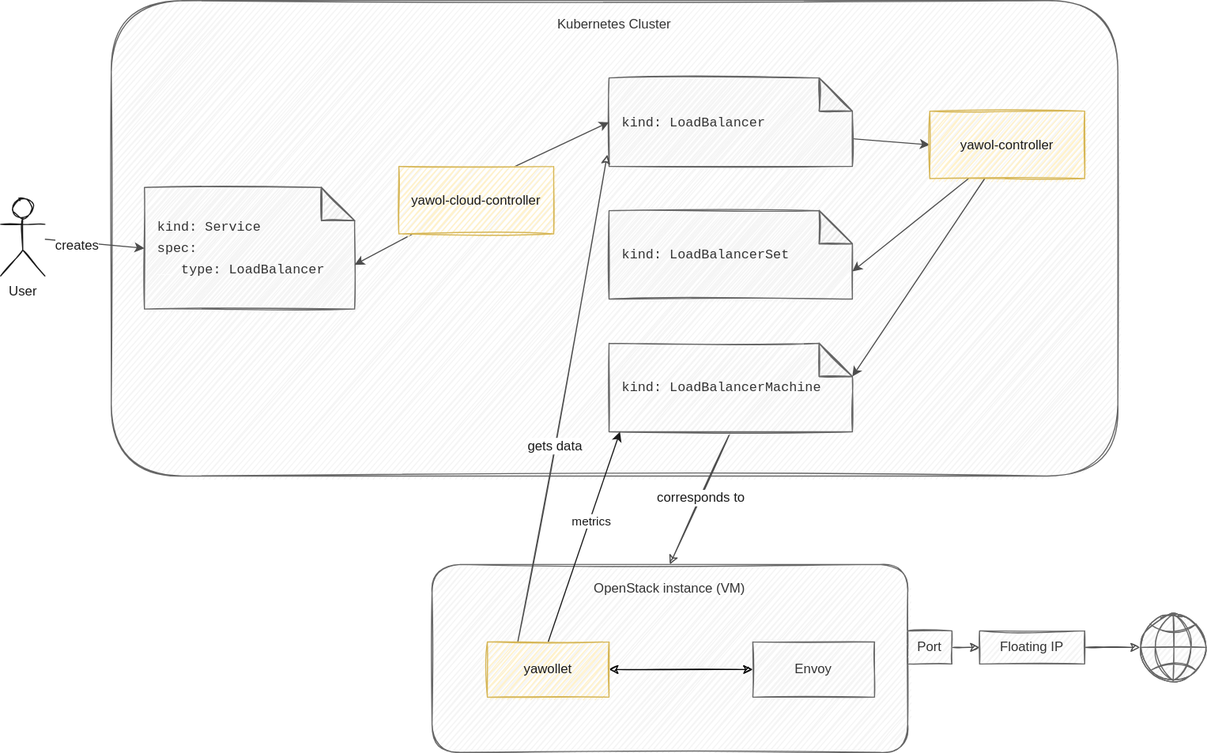
This is docs/overview.drawio.svg from stackitcloud/yawol, a draw.io export, as it was before one commit. Source tidied: cells renumbered, new cells last; positions are measured from the earlier drawing's top-left corner, leaving out a move shared by most shapes.
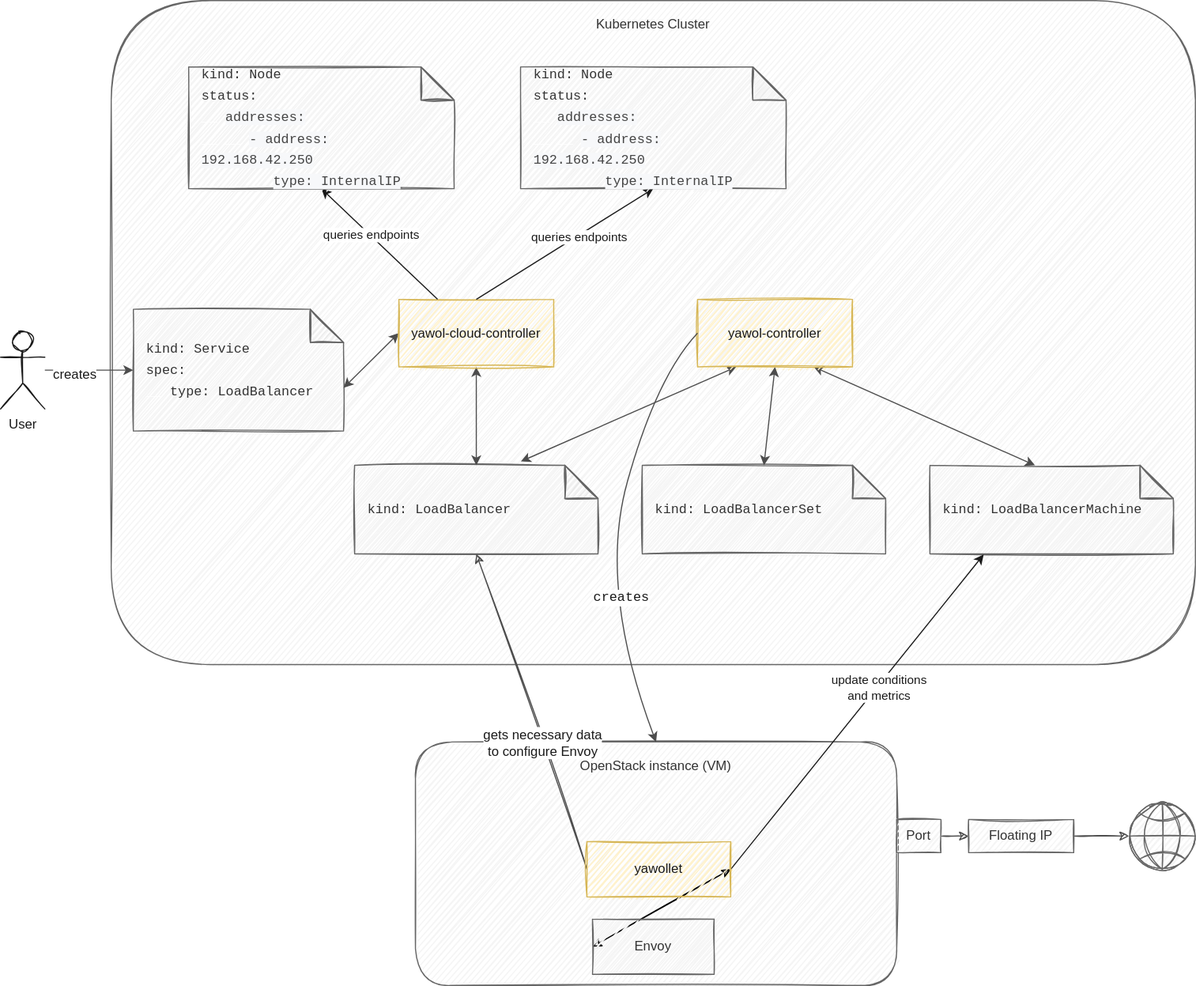
Above is the later version.

Change to the diagram source:
```diff
@@ -3,10 +3,10 @@
     <mxCell id="0" />
     <mxCell id="1" parent="0" />
     <mxCell id="2" value="Kubernetes Cluster" style="rounded=1;whiteSpace=wrap;html=1;align=center;sketch=1;verticalAlign=top;spacing=10;fontColor=#333333;fillColor=#f5f5f5;strokeColor=#666666;" parent="1" vertex="1">
-      <mxGeometry x="100" width="910" height="430" as="geometry" />
+      <mxGeometry x="60" y="-170" width="980" height="600" as="geometry" />
     </mxCell>
     <mxCell id="3" value="&lt;font style=&quot;font-size: 12px&quot;&gt;kind: Service&lt;br&gt;spec:&lt;br&gt;&lt;font color=&quot;#ffffff&quot;&gt;__&lt;/font&gt;type: LoadBalancer&lt;/font&gt;" style="shape=note;whiteSpace=wrap;html=1;backgroundOutline=1;darkOpacity=0.05;sketch=1;size=30;align=left;spacing=12;fontSize=16;fontFamily=Courier New;fontColor=#333333;fillColor=#f5f5f5;strokeColor=#666666;" parent="1" vertex="1">
-      <mxGeometry x="130" y="169" width="190" height="110" as="geometry" />
+      <mxGeometry x="80" y="109" width="190" height="110" as="geometry" />
     </mxCell>
     <mxCell id="4" style="edgeStyle=none;html=1;entryX=0;entryY=0.5;entryDx=0;entryDy=0;entryPerimeter=0;fontFamily=Helvetica;fontSize=12;fontColor=#1A1A1A;strokeColor=#4D4D4D;" parent="1" edge="1" source="6" target="3">
       <mxGeometry relative="1" as="geometry" />
@@ -15,79 +15,109 @@
       <mxGeometry x="-0.35" y="-3" relative="1" as="geometry" />
     </mxCell>
     <mxCell id="6" value="User" style="shape=umlActor;verticalLabelPosition=bottom;verticalAlign=top;html=1;outlineConnect=0;sketch=1;fontFamily=Helvetica;fontSize=12;fontColor=#1A1A1A;fillColor=none;strokeColor=#1A1A1A;" parent="1" vertex="1">
-      <mxGeometry y="179" width="40" height="70" as="geometry" />
+      <mxGeometry x="-40" y="129" width="40" height="70" as="geometry" />
     </mxCell>
-    <mxCell id="7" style="edgeStyle=none;html=1;exitX=0;exitY=0;exitDx=220;exitDy=55;exitPerimeter=0;entryX=0;entryY=0.5;entryDx=0;entryDy=0;fontFamily=Helvetica;fontSize=12;fontColor=#1A1A1A;strokeColor=#4D4D4D;" parent="1" edge="1" source="8" target="17">
+    <mxCell id="7" style="edgeStyle=none;html=1;exitX=0.683;exitY=-0.044;exitDx=0;exitDy=0;exitPerimeter=0;entryX=0.25;entryY=1;entryDx=0;entryDy=0;fontFamily=Helvetica;fontSize=12;fontColor=#1A1A1A;strokeColor=#4D4D4D;startArrow=classic;startFill=1;" parent="1" edge="1" source="8" target="17">
       <mxGeometry relative="1" as="geometry" />
     </mxCell>
     <mxCell id="8" value="&lt;font style=&quot;font-size: 12px&quot;&gt;kind: LoadBalancer&lt;br&gt;&lt;/font&gt;" style="shape=note;whiteSpace=wrap;html=1;backgroundOutline=1;darkOpacity=0.05;sketch=1;size=30;align=left;spacing=12;fontSize=16;fontFamily=Courier New;fontColor=#333333;fillColor=#f5f5f5;strokeColor=#666666;" parent="1" vertex="1">
-      <mxGeometry x="550" y="70" width="220" height="80" as="geometry" />
+      <mxGeometry x="280" y="250" width="220" height="80" as="geometry" />
     </mxCell>
     <mxCell id="9" value="&lt;font style=&quot;font-size: 12px&quot;&gt;kind: LoadBalancerSet&lt;br&gt;&lt;/font&gt;" style="shape=note;whiteSpace=wrap;html=1;backgroundOutline=1;darkOpacity=0.05;sketch=1;size=30;align=left;spacing=12;fontSize=16;fontFamily=Courier New;fontColor=#333333;fillColor=#f5f5f5;strokeColor=#666666;" parent="1" vertex="1">
-      <mxGeometry x="550" y="190" width="220" height="80" as="geometry" />
+      <mxGeometry x="540" y="250" width="220" height="80" as="geometry" />
     </mxCell>
-    <mxCell id="10" value="corresponds to" style="edgeStyle=none;sketch=1;html=1;exitX=0.5;exitY=1;exitDx=0;exitDy=0;exitPerimeter=0;entryX=0.5;entryY=0;entryDx=0;entryDy=0;fontFamily=Helvetica;fontSize=12;fontColor=#1A1A1A;labelBackgroundColor=#FFFFFF;strokeColor=#4D4D4D;" parent="1" edge="1" source="11" target="18">
-      <mxGeometry relative="1" as="geometry" />
-    </mxCell>
     <mxCell id="11" value="&lt;font style=&quot;font-size: 12px&quot;&gt;kind: LoadBalancerMachine&lt;br&gt;&lt;/font&gt;" style="shape=note;whiteSpace=wrap;html=1;backgroundOutline=1;darkOpacity=0.05;sketch=1;size=30;align=left;spacing=12;fontSize=16;fontFamily=Courier New;fontColor=#333333;fillColor=#f5f5f5;strokeColor=#666666;" parent="1" vertex="1">
-      <mxGeometry x="550" y="310" width="220" height="80" as="geometry" />
+      <mxGeometry x="800" y="250" width="220" height="80" as="geometry" />
     </mxCell>
-    <mxCell id="12" style="edgeStyle=none;html=1;entryX=0;entryY=0;entryDx=190;entryDy=70;entryPerimeter=0;fontFamily=Helvetica;fontSize=12;fontColor=#1A1A1A;strokeColor=#4D4D4D;" parent="1" edge="1" source="14" target="3">
-      <mxGeometry relative="1" as="geometry" />
+    <mxCell id="12" style="edgeStyle=none;html=1;fontFamily=Helvetica;fontSize=12;fontColor=#1A1A1A;strokeColor=#4D4D4D;startArrow=classic;startFill=1;exitX=0;exitY=0.5;exitDx=0;exitDy=0;" parent="1" edge="1" source="14">
+      <mxGeometry relative="1" as="geometry">
+        <mxPoint x="270" y="180" as="targetPoint" />
+      </mxGeometry>
     </mxCell>
-    <mxCell id="13" style="edgeStyle=none;html=1;exitX=0.75;exitY=0;exitDx=0;exitDy=0;entryX=0;entryY=0.5;entryDx=0;entryDy=0;entryPerimeter=0;fontFamily=Helvetica;fontSize=12;fontColor=#1A1A1A;strokeColor=#4D4D4D;" parent="1" edge="1" source="14" target="8">
+    <mxCell id="13" style="edgeStyle=none;html=1;exitX=0.5;exitY=1;exitDx=0;exitDy=0;entryX=0.5;entryY=0;entryDx=0;entryDy=0;entryPerimeter=0;fontFamily=Helvetica;fontSize=12;fontColor=#1A1A1A;strokeColor=#4D4D4D;startArrow=classic;startFill=1;" parent="1" edge="1" source="14" target="8">
       <mxGeometry relative="1" as="geometry" />
     </mxCell>
     <mxCell id="14" value="yawol-cloud-controller" style="rounded=0;whiteSpace=wrap;html=1;sketch=1;fontFamily=Helvetica;fontSize=12;fillColor=#fff2cc;strokeColor=#d6b656;fontColor=#1A1A1A;" parent="1" vertex="1">
-      <mxGeometry x="360" y="150" width="140" height="61" as="geometry" />
+      <mxGeometry x="320" y="100" width="140" height="61" as="geometry" />
     </mxCell>
-    <mxCell id="15" style="edgeStyle=none;html=1;exitX=0.25;exitY=1;exitDx=0;exitDy=0;entryX=0;entryY=0;entryDx=220;entryDy=55;entryPerimeter=0;fontFamily=Helvetica;fontSize=12;fontColor=#1A1A1A;strokeColor=#4D4D4D;" parent="1" edge="1" source="17" target="9">
+    <mxCell id="15" style="edgeStyle=none;html=1;exitX=0.5;exitY=1;exitDx=0;exitDy=0;entryX=0.5;entryY=0;entryDx=0;entryDy=0;entryPerimeter=0;fontFamily=Helvetica;fontSize=12;fontColor=#1A1A1A;strokeColor=#4D4D4D;startArrow=classic;startFill=1;" parent="1" edge="1" source="17" target="9">
       <mxGeometry relative="1" as="geometry" />
     </mxCell>
-    <mxCell id="16" style="edgeStyle=none;html=1;entryX=0;entryY=0;entryDx=220;entryDy=30;entryPerimeter=0;fontFamily=Helvetica;fontSize=12;fontColor=#1A1A1A;strokeColor=#4D4D4D;" parent="1" edge="1" source="17" target="11">
+    <mxCell id="16" style="edgeStyle=none;html=1;entryX=0;entryY=0;entryDx=95;entryDy=0;entryPerimeter=0;fontFamily=Helvetica;fontSize=12;fontColor=#1A1A1A;strokeColor=#4D4D4D;startArrow=classic;startFill=1;exitX=0.75;exitY=1;exitDx=0;exitDy=0;" parent="1" edge="1" source="17" target="11">
       <mxGeometry relative="1" as="geometry" />
     </mxCell>
     <mxCell id="17" value="yawol-controller" style="rounded=0;whiteSpace=wrap;html=1;sketch=1;fontFamily=Helvetica;fontSize=12;fillColor=#fff2cc;strokeColor=#d6b656;fontColor=#1A1A1A;" parent="1" vertex="1">
-      <mxGeometry x="840" y="100" width="140" height="61" as="geometry" />
+      <mxGeometry x="590" y="100" width="140" height="61" as="geometry" />
     </mxCell>
     <mxCell id="18" value="OpenStack instance (VM)" style="rounded=1;whiteSpace=wrap;html=1;align=center;sketch=1;verticalAlign=top;spacing=10;fontColor=#333333;fillColor=#f5f5f5;strokeColor=#666666;" parent="1" vertex="1">
-      <mxGeometry x="390" y="510" width="430" height="170" as="geometry" />
+      <mxGeometry x="335" y="500" width="435" height="220" as="geometry" />
     </mxCell>
     <mxCell id="19" style="edgeStyle=none;sketch=1;html=1;exitX=1;exitY=0.5;exitDx=0;exitDy=0;entryX=0;entryY=0.5;entryDx=0;entryDy=0;fontFamily=Helvetica;fontSize=12;startArrow=classic;startFill=1;fontColor=#1A1A1A;" parent="1" edge="1" source="24" target="25">
       <mxGeometry relative="1" as="geometry" />
     </mxCell>
-    <mxCell id="20" style="edgeStyle=none;sketch=1;html=1;exitX=0.25;exitY=0;exitDx=0;exitDy=0;entryX=-0.007;entryY=0.867;entryDx=0;entryDy=0;entryPerimeter=0;fontFamily=Helvetica;fontSize=12;startArrow=none;startFill=0;endArrow=classic;endFill=1;fontColor=#1A1A1A;strokeColor=#4D4D4D;" parent="1" edge="1" source="24" target="8">
+    <mxCell id="20" style="edgeStyle=none;sketch=1;html=1;exitX=0;exitY=0.5;exitDx=0;exitDy=0;entryX=0.5;entryY=1;entryDx=0;entryDy=0;entryPerimeter=0;fontFamily=Helvetica;fontSize=12;startArrow=none;startFill=0;endArrow=classic;endFill=1;fontColor=#1A1A1A;strokeColor=#4D4D4D;" parent="1" edge="1" source="24" target="8">
       <mxGeometry relative="1" as="geometry" />
     </mxCell>
-    <mxCell id="21" value="gets data" style="edgeLabel;html=1;align=center;verticalAlign=middle;fontSize=12;fontFamily=Helvetica;fontColor=#1A1A1A;labelBackgroundColor=#FFFFFF;" parent="20" vertex="1">
+    <mxCell id="21" value="gets necessary data&lt;br&gt;to configure Envoy" style="edgeLabel;html=1;align=center;verticalAlign=middle;fontSize=12;fontFamily=Helvetica;fontColor=#1A1A1A;labelBackgroundColor=#FFFFFF;" parent="20" vertex="1">
       <mxGeometry x="-0.2" relative="1" as="geometry" />
     </mxCell>
-    <mxCell id="22" style="edgeStyle=none;html=1;exitX=0.5;exitY=0;exitDx=0;exitDy=0;entryX=0.045;entryY=1;entryDx=0;entryDy=0;entryPerimeter=0;strokeColor=#1A1A1A;" parent="1" edge="1" source="24" target="11">
+    <mxCell id="22" style="edgeStyle=none;html=1;exitX=1;exitY=0.5;exitDx=0;exitDy=0;entryX=0.221;entryY=1.008;entryDx=0;entryDy=0;entryPerimeter=0;strokeColor=#1A1A1A;" parent="1" edge="1" source="24" target="11">
       <mxGeometry relative="1" as="geometry" />
     </mxCell>
-    <mxCell id="23" value="metrics" style="edgeLabel;html=1;align=center;verticalAlign=middle;fontColor=#1A1A1A;labelBackgroundColor=#FFFFFF;" parent="22" vertex="1">
+    <mxCell id="23" value="update conditions&lt;br&gt;and metrics" style="edgeLabel;html=1;align=center;verticalAlign=middle;fontColor=#1A1A1A;labelBackgroundColor=#FFFFFF;" parent="22" vertex="1">
       <mxGeometry x="0.16" y="-1" relative="1" as="geometry" />
     </mxCell>
     <mxCell id="24" value="yawollet" style="rounded=0;whiteSpace=wrap;html=1;sketch=1;fontFamily=Helvetica;fontSize=12;fillColor=#fff2cc;strokeColor=#d6b656;fontColor=#1A1A1A;" parent="1" vertex="1">
-      <mxGeometry x="440" y="580" width="110" height="50" as="geometry" />
+      <mxGeometry x="490" y="590" width="130" height="50" as="geometry" />
     </mxCell>
     <mxCell id="25" value="Envoy" style="rounded=0;whiteSpace=wrap;html=1;sketch=1;fontFamily=Helvetica;fontSize=12;fontColor=#333333;fillColor=#f5f5f5;strokeColor=#666666;" parent="1" vertex="1">
-      <mxGeometry x="680" y="580" width="110" height="50" as="geometry" />
+      <mxGeometry x="495" y="660" width="110" height="50" as="geometry" />
     </mxCell>
     <mxCell id="26" style="edgeStyle=none;sketch=1;html=1;exitX=1;exitY=0.5;exitDx=0;exitDy=0;entryX=0;entryY=0.5;entryDx=0;entryDy=0;fontFamily=Helvetica;fontSize=12;startArrow=none;startFill=0;endArrow=classic;endFill=1;fontColor=#1A1A1A;strokeColor=#4D4D4D;" parent="1" edge="1" source="27" target="29">
       <mxGeometry relative="1" as="geometry" />
     </mxCell>
     <mxCell id="27" value="Port" style="rounded=0;whiteSpace=wrap;html=1;sketch=1;fontFamily=Helvetica;fontSize=12;fontColor=#333333;fillColor=#F5F5F5;strokeColor=#666666;" parent="1" vertex="1">
-      <mxGeometry x="820" y="570" width="40" height="30" as="geometry" />
+      <mxGeometry x="770" y="570" width="40" height="30" as="geometry" />
     </mxCell>
     <mxCell id="28" style="edgeStyle=none;sketch=1;html=1;exitX=1;exitY=0.5;exitDx=0;exitDy=0;fontFamily=Helvetica;fontSize=12;startArrow=none;startFill=0;endArrow=classic;endFill=1;fontColor=#1A1A1A;strokeColor=#4D4D4D;" parent="1" edge="1" source="29" target="30">
       <mxGeometry relative="1" as="geometry" />
     </mxCell>
     <mxCell id="29" value="Floating IP" style="rounded=0;whiteSpace=wrap;html=1;sketch=1;fontFamily=Helvetica;fontSize=12;fontColor=#333333;fillColor=#f5f5f5;strokeColor=#666666;" parent="1" vertex="1">
-      <mxGeometry x="885" y="570" width="95" height="30" as="geometry" />
+      <mxGeometry x="835" y="570" width="95" height="30" as="geometry" />
     </mxCell>
     <mxCell id="30" style="html=1;verticalLabelPosition=bottom;align=center;labelBackgroundColor=#ffffff;verticalAlign=top;strokeWidth=1;strokeColor=#666666;shadow=0;dashed=0;shape=mxgraph.ios7.icons.globe;sketch=1;fontFamily=Helvetica;fontSize=12;fontColor=#333333;fillColor=#f5f5f5;" parent="1" vertex="1">
-      <mxGeometry x="1030" y="555" width="60" height="60" as="geometry" />
+      <mxGeometry x="980" y="555" width="60" height="60" as="geometry" />
     </mxCell>
+    <mxCell id="31" style="edgeStyle=none;html=1;exitX=0.5;exitY=0;exitDx=0;exitDy=0;entryX=0.5;entryY=1;entryDx=0;entryDy=0;strokeColor=#1A1A1A;entryPerimeter=0;" parent="1" edge="1" source="14" target="36">
+      <mxGeometry relative="1" as="geometry" />
+    </mxCell>
+    <mxCell id="32" value="queries endpoints" style="edgeLabel;html=1;align=center;verticalAlign=middle;fontColor=#1A1A1A;labelBackgroundColor=#FFFFFF;" parent="31" vertex="1">
+      <mxGeometry x="0.16" y="-1" relative="1" as="geometry" />
+    </mxCell>
+    <mxCell id="33" style="edgeStyle=none;html=1;entryX=0.5;entryY=1;entryDx=0;entryDy=0;strokeColor=#1A1A1A;exitX=0.25;exitY=0;exitDx=0;exitDy=0;entryPerimeter=0;" parent="1" edge="1" source="14" target="35">
+      <mxGeometry relative="1" as="geometry" />
+    </mxCell>
+    <mxCell id="34" value="queries endpoints" style="edgeLabel;html=1;align=center;verticalAlign=middle;fontColor=#1A1A1A;labelBackgroundColor=#FFFFFF;" parent="33" vertex="1">
+      <mxGeometry x="0.16" y="-1" relative="1" as="geometry" />
+    </mxCell>
+    <mxCell id="35" value="&lt;font style=&quot;font-size: 12px&quot;&gt;kind: Node&lt;br&gt;status:&lt;br&gt;&lt;font color=&quot;#ffffff&quot; style=&quot;font-size: 12px&quot;&gt;__&lt;/font&gt;&lt;span style=&quot;color: rgb(68 , 68 , 68) ; background-color: rgb(247 , 248 , 250)&quot;&gt;addresses:&lt;/span&gt;&lt;br style=&quot;box-sizing: border-box ; color: rgb(68 , 68 , 68) ; background-color: rgb(247 , 248 , 250)&quot;&gt;&lt;span style=&quot;color: rgb(255 , 255 , 255)&quot;&gt;__&lt;/span&gt;&lt;span style=&quot;color: rgb(255 , 255 , 255)&quot;&gt;__&lt;/span&gt;&lt;span style=&quot;color: rgb(68 , 68 , 68) ; background-color: rgb(247 , 248 , 250)&quot;&gt;- address: 192.168.42.250&lt;/span&gt;&lt;br style=&quot;box-sizing: border-box ; color: rgb(68 , 68 , 68) ; background-color: rgb(247 , 248 , 250)&quot;&gt;&lt;span style=&quot;color: rgb(255 , 255 , 255)&quot;&gt;__&lt;/span&gt;&lt;span style=&quot;color: rgb(255 , 255 , 255)&quot;&gt;__&lt;/span&gt;&lt;span style=&quot;color: rgb(255 , 255 , 255)&quot;&gt;__&lt;/span&gt;&lt;span style=&quot;color: rgb(68 , 68 , 68) ; background-color: rgb(247 , 248 , 250)&quot;&gt;type: InternalIP&lt;/span&gt;&lt;br&gt;&lt;/font&gt;" style="shape=note;whiteSpace=wrap;html=1;backgroundOutline=1;darkOpacity=0.05;sketch=1;size=30;align=left;spacing=12;fontSize=16;fontFamily=Courier New;fontColor=#333333;fillColor=#f5f5f5;strokeColor=#666666;" parent="1" vertex="1">
+      <mxGeometry x="130" y="-110" width="240" height="110" as="geometry" />
+    </mxCell>
+    <mxCell id="36" value="&lt;font style=&quot;font-size: 12px&quot;&gt;kind: Node&lt;br&gt;status:&lt;br&gt;&lt;font color=&quot;#ffffff&quot; style=&quot;font-size: 12px&quot;&gt;__&lt;/font&gt;&lt;span style=&quot;color: rgb(68 , 68 , 68) ; background-color: rgb(247 , 248 , 250)&quot;&gt;addresses:&lt;/span&gt;&lt;br style=&quot;box-sizing: border-box ; color: rgb(68 , 68 , 68) ; background-color: rgb(247 , 248 , 250)&quot;&gt;&lt;span style=&quot;color: rgb(255 , 255 , 255)&quot;&gt;__&lt;/span&gt;&lt;span style=&quot;color: rgb(255 , 255 , 255)&quot;&gt;__&lt;/span&gt;&lt;span style=&quot;color: rgb(68 , 68 , 68) ; background-color: rgb(247 , 248 , 250)&quot;&gt;- address: 192.168.42.250&lt;/span&gt;&lt;br style=&quot;box-sizing: border-box ; color: rgb(68 , 68 , 68) ; background-color: rgb(247 , 248 , 250)&quot;&gt;&lt;span style=&quot;color: rgb(255 , 255 , 255)&quot;&gt;__&lt;/span&gt;&lt;span style=&quot;color: rgb(255 , 255 , 255)&quot;&gt;__&lt;/span&gt;&lt;span style=&quot;color: rgb(255 , 255 , 255)&quot;&gt;__&lt;/span&gt;&lt;span style=&quot;color: rgb(68 , 68 , 68) ; background-color: rgb(247 , 248 , 250)&quot;&gt;type: InternalIP&lt;/span&gt;&lt;br&gt;&lt;/font&gt;" style="shape=note;whiteSpace=wrap;html=1;backgroundOutline=1;darkOpacity=0.05;sketch=1;size=30;align=left;spacing=12;fontSize=16;fontFamily=Courier New;fontColor=#333333;fillColor=#f5f5f5;strokeColor=#666666;" parent="1" vertex="1">
+      <mxGeometry x="430" y="-110" width="240" height="110" as="geometry" />
+    </mxCell>
+    <mxCell id="37" style="curved=1;endArrow=classic;html=1;fontFamily=Courier New;fontSize=12;fontColor=#1A1A1A;strokeColor=#4D4D4D;exitX=0;exitY=0.5;exitDx=0;exitDy=0;entryX=0.5;entryY=0;entryDx=0;entryDy=0;startArrow=none;startFill=0;" parent="1" edge="1" source="17" target="18">
+      <mxGeometry relative="1" as="geometry">
+        <Array as="points">
+          <mxPoint x="553" y="170" />
+          <mxPoint x="500" y="360" />
+        </Array>
+      </mxGeometry>
+    </mxCell>
+    <mxCell id="38" value="&lt;span style=&quot;background-color: rgb(255 , 255 , 255)&quot;&gt;creates&lt;/span&gt;" style="edgeLabel;html=1;align=center;verticalAlign=middle;fontSize=12;fontFamily=Courier New;fontColor=#1A1A1A;" parent="37" vertex="1">
+      <mxGeometry x="0.13" y="9" relative="1" as="geometry">
+        <mxPoint x="5" y="32" as="offset" />
+      </mxGeometry>
+    </mxCell>
   </root>
 </mxGraphModel>
```
